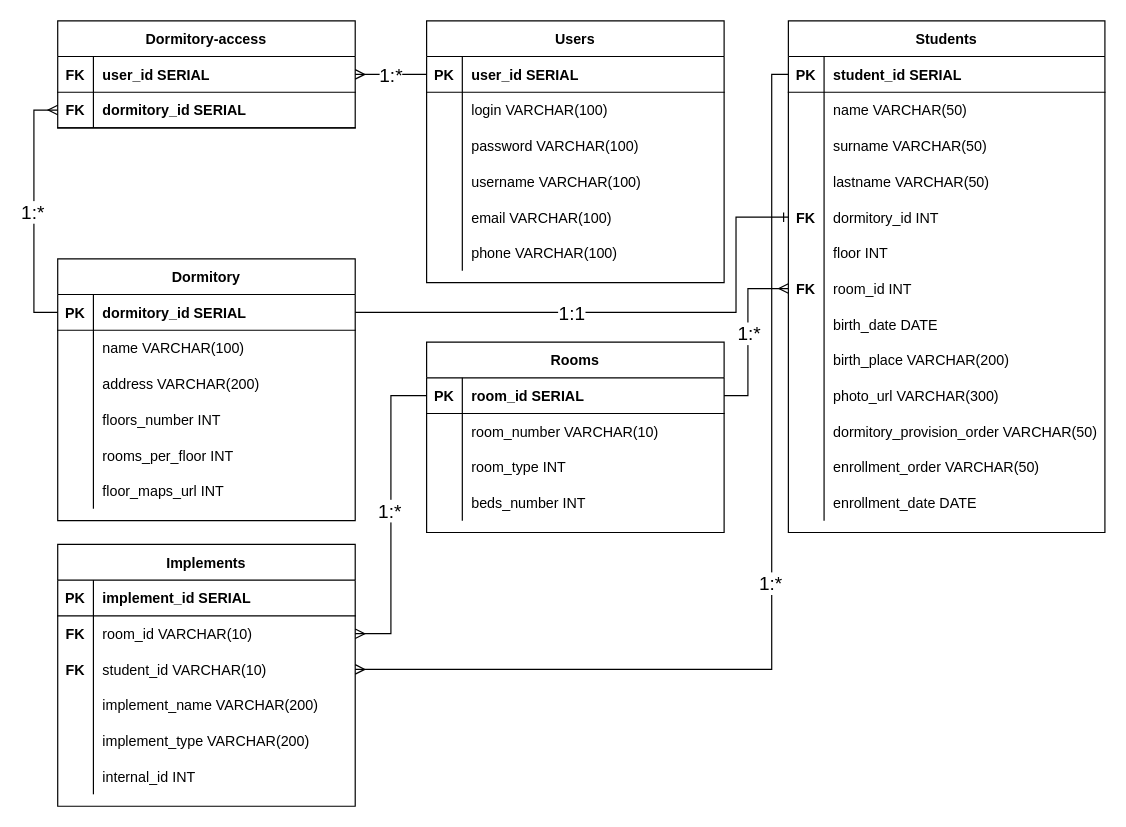
Earlier version of the draw.io diagram Dormitory_erd.drawio (vedrent/dormitory-tracker). Source tidied: cells renumbered, new cells numbered last; positions are measured from the earlier drawing's top-left corner, leaving out a move shared by most shapes. Both pictures are drawn from the tidied source at 119%, with x=0, y=0 at pixel (57, 20).
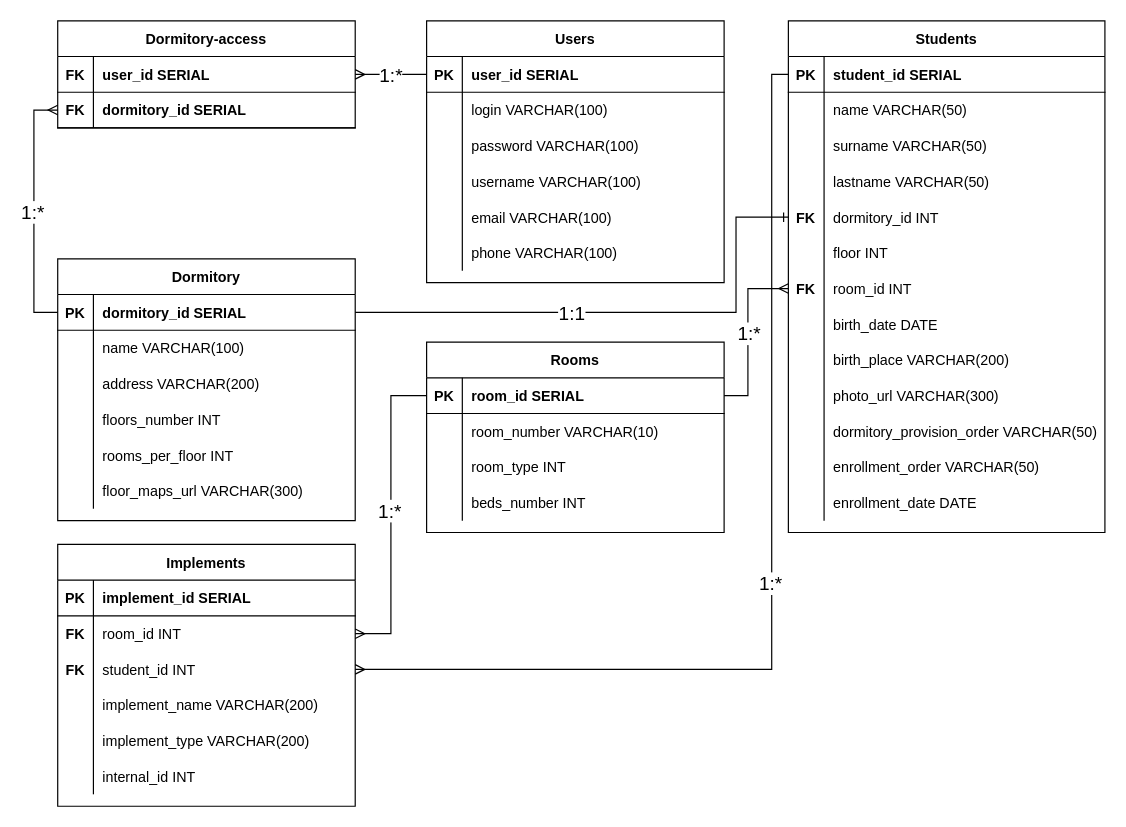
After the change.

The change refers to these unchanged cells:
```xml
<mxCell id="77" style="shape=partialRectangle;fillColor=none;top=0;left=0;right=0;bottom=0;" parent="61" vertex="1">
  <mxGeometry y="180" width="250" height="30" as="geometry" />
</mxCell>
<mxCell id="112" style="shape=partialRectangle;fillColor=none;points=[[0,0.5],[1,0.5]];portConstraint=eastwest;top=0;left=0;right=0;bottom=0;" parent="108" vertex="1">
  <mxGeometry y="60" width="250" height="30" as="geometry" />
</mxCell>
<mxCell id="115" style="shape=partialRectangle;fillColor=none;points=[[0,0.5],[1,0.5]];portConstraint=eastwest;top=0;left=0;right=0;bottom=0;" parent="108" vertex="1">
  <mxGeometry y="90" width="250" height="30" as="geometry" />
</mxCell>
```

Diff of the diagram source:
```diff
@@
-    <mxCell id="79" value="floor_maps_url INT" style="shape=partialRectangle;overflow=hidden;fillColor=none;top=0;left=0;bottom=0;right=0;align=left;spacingLeft=6;" parent="77" vertex="1">
+    <mxCell id="79" value="floor_maps_url VARCHAR(300)" style="shape=partialRectangle;overflow=hidden;fillColor=none;top=0;left=0;bottom=0;right=0;align=left;spacingLeft=6;" parent="77" vertex="1">
       <mxGeometry x="30" width="220" height="30" as="geometry" />
     </mxCell>
@@
-    <mxCell id="114" value="room_id VARCHAR(10)" style="shape=partialRectangle;overflow=hidden;fillColor=none;top=0;left=0;bottom=0;right=0;align=left;spacingLeft=6;" parent="112" vertex="1">
+    <mxCell id="114" value="room_id INT" style="shape=partialRectangle;overflow=hidden;fillColor=none;top=0;left=0;bottom=0;right=0;align=left;spacingLeft=6;" parent="112" vertex="1">
       <mxGeometry x="30" width="220" height="30" as="geometry" />
     </mxCell>
@@
-    <mxCell id="117" value="student_id VARCHAR(10)" style="shape=partialRectangle;overflow=hidden;fillColor=none;top=0;left=0;bottom=0;right=0;align=left;spacingLeft=6;" parent="115" vertex="1">
+    <mxCell id="117" value="student_id INT" style="shape=partialRectangle;overflow=hidden;fillColor=none;top=0;left=0;bottom=0;right=0;align=left;spacingLeft=6;" parent="115" vertex="1">
       <mxGeometry x="30" width="220" height="30" as="geometry" />
     </mxCell>
```
